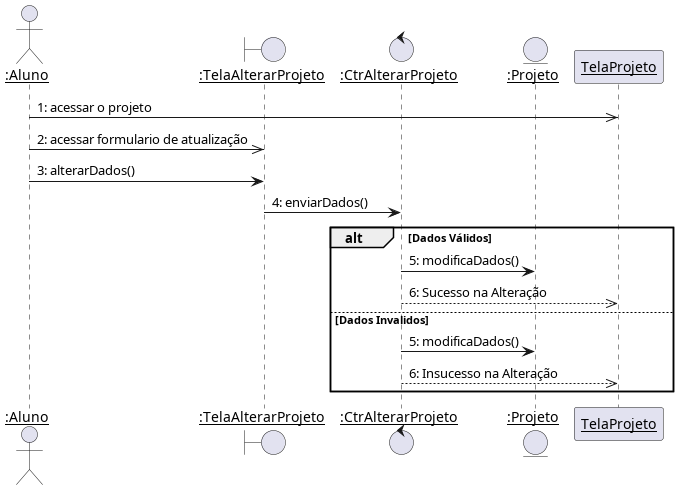
This is diagramas/sequencia/alterar_projeto.png from Pedro-V/projetorium, a PlantUML export, as it was before one commit.
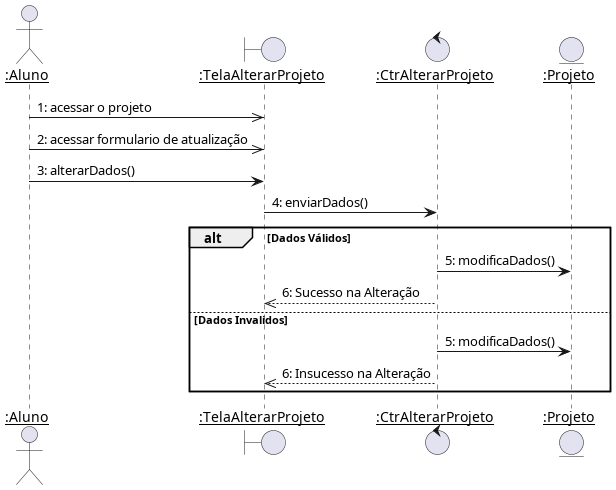
The same file after the commit.

The edit, as a diff of the source:
```diff
@@ -7,7 +7,7 @@
 entity ":Projeto" as Projeto
 
 
-Aluno ->> TelaProjeto : 1: acessar o projeto
+Aluno ->> TelaAlterarProjeto : 1: acessar o projeto
 Aluno ->> TelaAlterarProjeto : 2: acessar formulario de atualização
 Aluno -> TelaAlterarProjeto : 3: alterarDados()
 
@@ -15,10 +15,10 @@
 
 alt Dados Válidos
     CtrAlterarProjeto -> Projeto : 5: modificaDados()
-    CtrAlterarProjeto -->> TelaProjeto --: 6: Sucesso na Alteração
+    CtrAlterarProjeto -->> TelaAlterarProjeto --: 6: Sucesso na Alteração
 else Dados Invalidos
     CtrAlterarProjeto -> Projeto : 5: modificaDados()
-    CtrAlterarProjeto -->> TelaProjeto --: 6: Insucesso na Alteração
+    CtrAlterarProjeto -->> TelaAlterarProjeto --: 6: Insucesso na Alteração
 end
 
 @enduml
```
